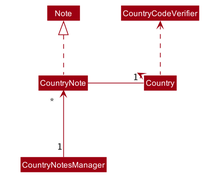
tankangliang/tp keeps this PlantUML diagram as docs/images/CountryClass.png. Above is the earlier version. Source of this version:
```plantuml
@startuml








skinparam BackgroundColor #FFFFFFF

skinparam Shadowing false

skinparam Class {
    FontColor #FFFFFF
    BorderThickness 1
    BorderColor #FFFFFF
    StereotypeFontColor #FFFFFF
    FontName Arial
}

skinparam Actor {
    BorderColor #000000
    Color #000000
    FontName Arial
}

skinparam Sequence {
    MessageAlign center
    BoxFontSize 15
    BoxPadding 0
    BoxFontColor #FFFFFF
    FontName Arial
}

skinparam Participant {
    FontColor #FFFFFFF
    Padding 20
}

skinparam MinClassWidth 50
skinparam ParticipantPadding 10
skinparam Shadowing false
skinparam DefaultTextAlignment center
skinparam packageStyle Rectangle

hide footbox
hide members
hide circle
skinparam arrowThickness 1.1
skinparam arrowColor #9D0012
skinparam classBackgroundColor #9D0012

Class Country
Class CountryNotesManager
Class CountryCodeVerifier
Class Note
Class CountryNote

CountryNote .up.|> Note
CountryNote -right-> "1" Country
CountryNotesManager "1" -up-> "*" CountryNote
Country .up.> CountryCodeVerifier

@enduml
```
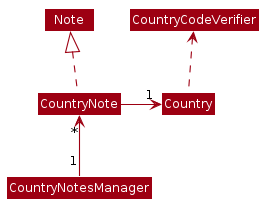
Later version of the same file.

Commit message:
Generate PNG images for PlantUML diagrams

What changed in the source:
```diff
@@ -58,7 +58,7 @@
 Class CountryNote
 
 CountryNote .up.|> Note
-CountryNote -right-> "1" Country
+CountryNote -r-> "1" Country
 CountryNotesManager "1" -up-> "*" CountryNote
 Country .up.> CountryCodeVerifier
 
```
